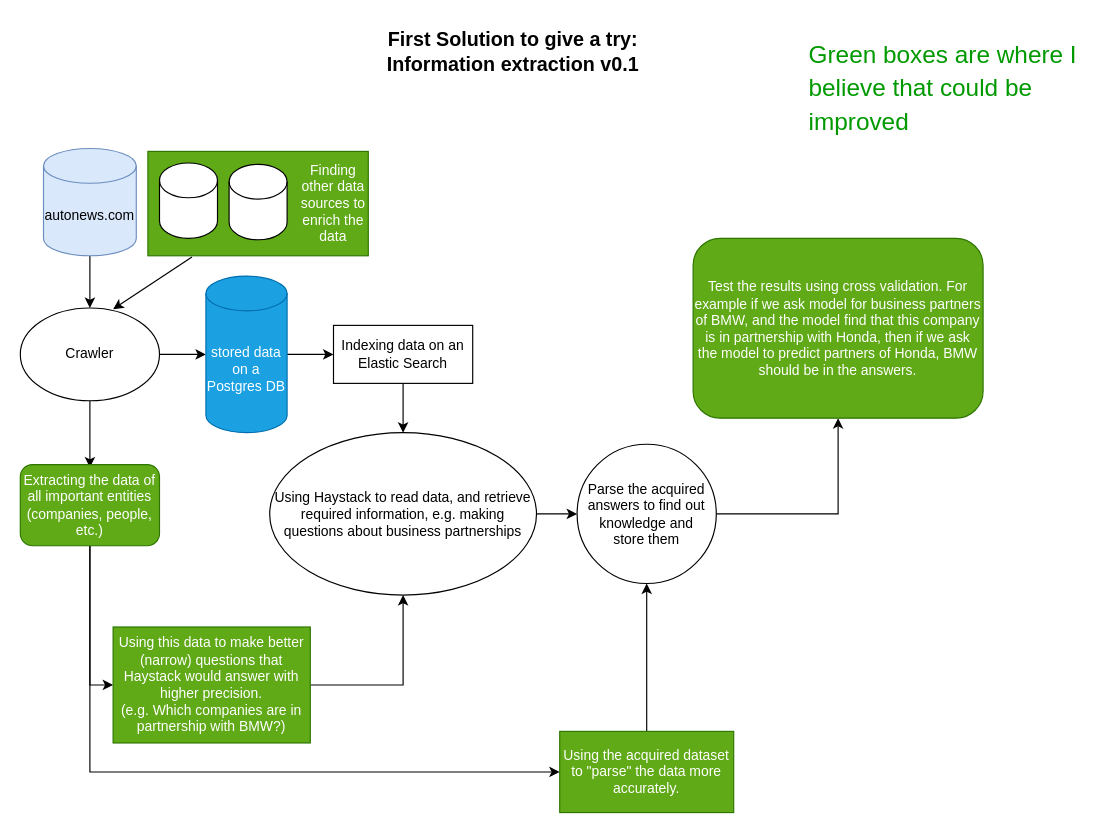
Above: model/Untitled Diagram.drawio in AmirMoghadamFalahi/sample_task (draw.io), before the change. Source tidied: cells renumbered, new cells numbered last; positions are measured from the earlier drawing's top-left corner, leaving out a move shared by most shapes. Both pictures are drawn from the tidied source at 116%, with x=0, y=0 at pixel (20, 23).
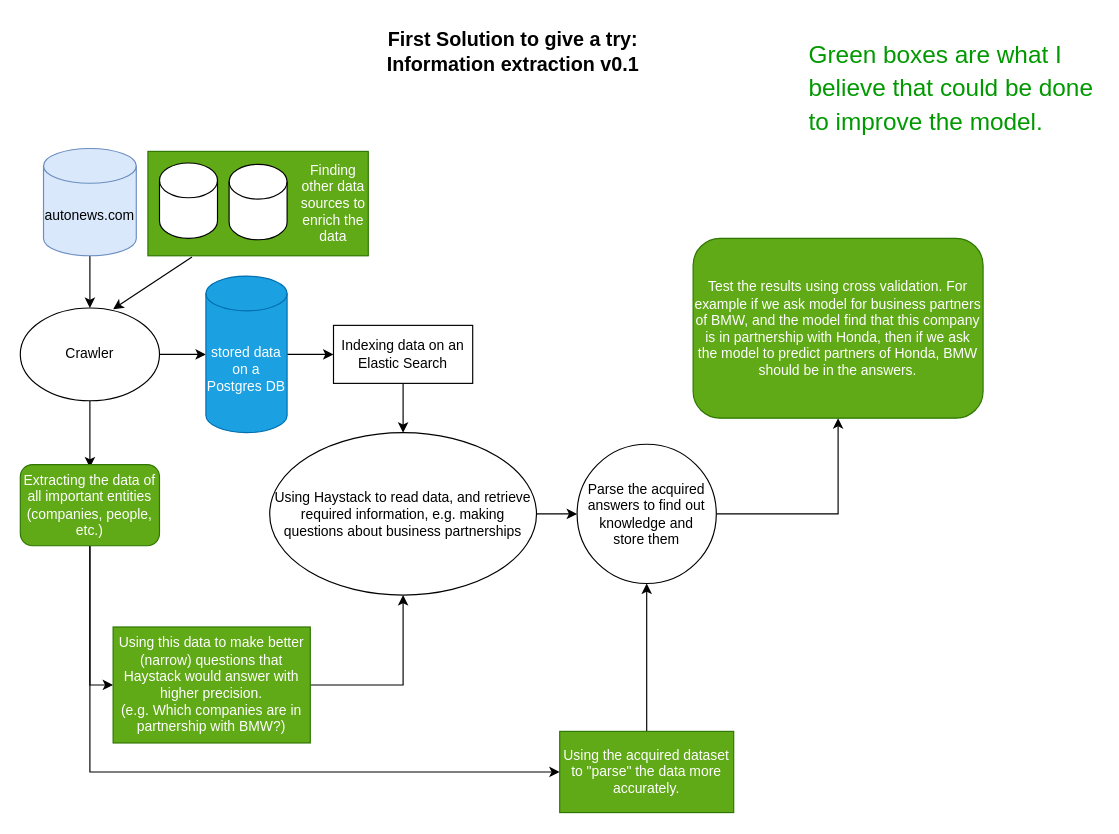
The same diagram, later.

Commit message:
minor changes for better understanging

What changed in the source:
```diff
@@
-    <mxCell id="29" value="&lt;h1&gt;&lt;font color=&quot;#009900&quot; style=&quot;font-size: 21px ; font-weight: normal&quot;&gt;Green boxes are where I believe that could be improved&lt;/font&gt;&lt;/h1&gt;" style="text;html=1;strokeColor=none;fillColor=none;spacing=5;spacingTop=-20;whiteSpace=wrap;overflow=hidden;rounded=0;fontColor=#FFFFFF;" parent="1" vertex="1">
+    <mxCell id="29" value="&lt;h1&gt;&lt;font color=&quot;#009900&quot; style=&quot;font-size: 21px ; font-weight: normal&quot;&gt;Green boxes are what I believe that could be done to improve the model.&lt;/font&gt;&lt;/h1&gt;" style="text;html=1;strokeColor=none;fillColor=none;spacing=5;spacingTop=-20;whiteSpace=wrap;overflow=hidden;rounded=0;fontColor=#FFFFFF;" parent="1" vertex="1">
       <mxGeometry x="675" y="6.2" width="255" height="108.8" as="geometry" />
     </mxCell>
```
